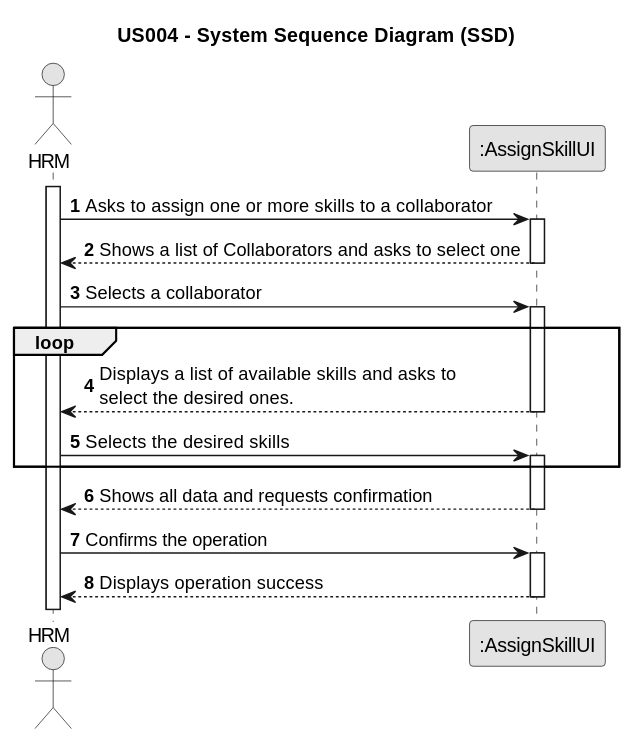
The PlantUML diagram docs/sprintA/us004/01.requirements-engineering/svg/us004-system-sequence-diagram.svg in Rui-San/LAPR2_2023_2024, before a commit.
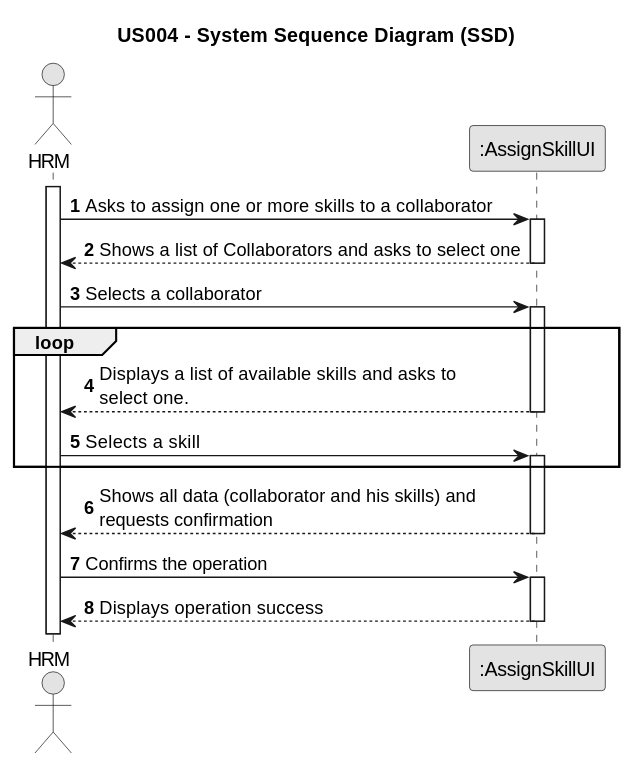
The same file after the commit.

Diff of the diagram source:
```diff
@@ -24,16 +24,16 @@
 
     activate System
 
-        System --> Employee : Displays a list of available skills and asks to \nselect the desired ones.
+        System --> Employee : Displays a list of available skills and asks to \nselect one.
     deactivate System
 
-    Employee -> System : Selects the desired skills
+    Employee -> System : Selects a skill
 
 
     activate System
     end
 
-        System --> Employee : Shows all data and requests confirmation
+        System --> Employee : Shows all data (collaborator and his skills) and \nrequests confirmation
     deactivate System
 
     Employee -> System : Confirms the operation
```
